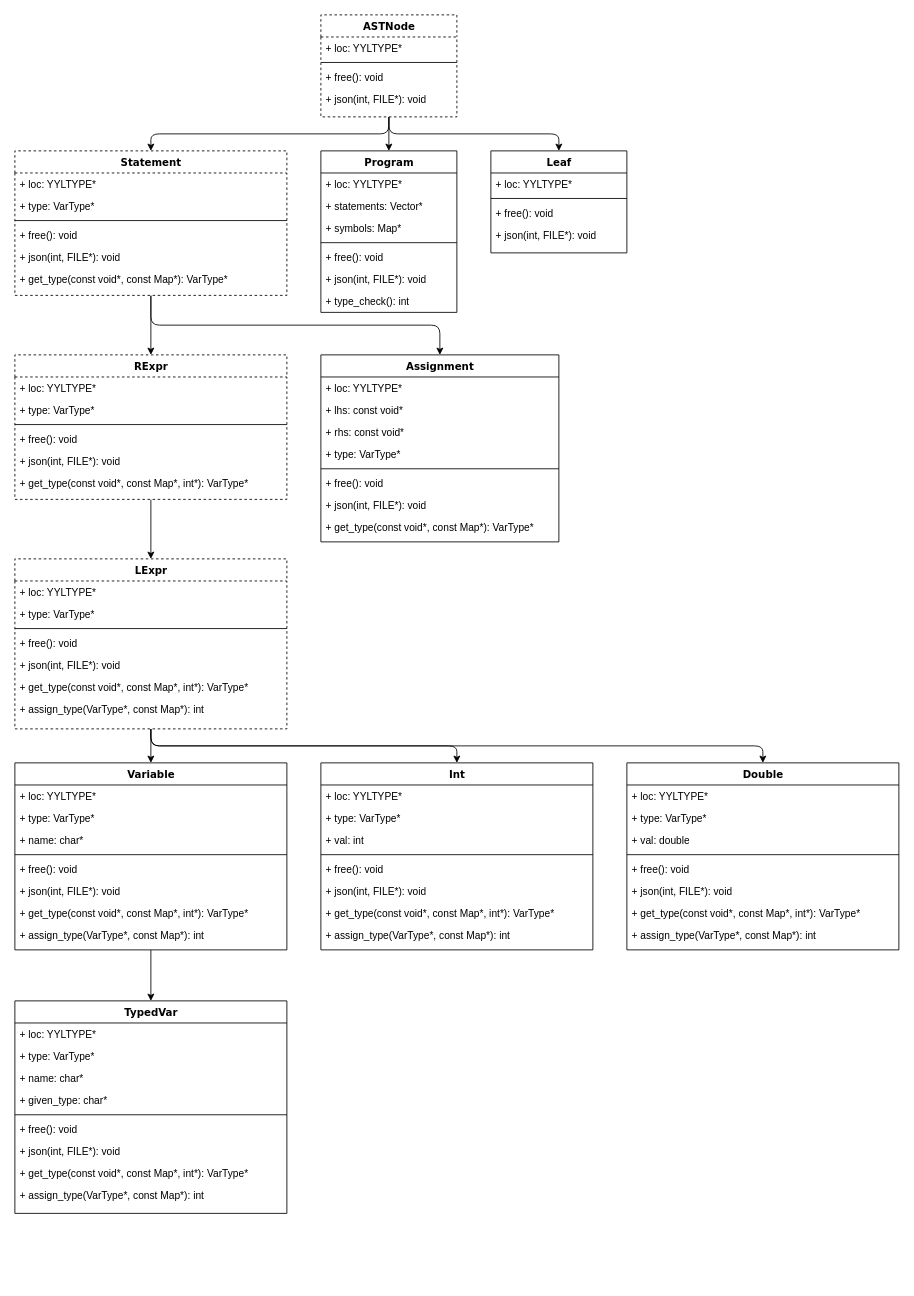
taylor-santos/Tlang keeps this draw.io diagram as doc/ASTHierarchy.drawio. Above is the earlier version. Source tidied: cells renumbered, new cells numbered last; positions are measured from the earlier drawing's top-left corner, leaving out a move shared by most shapes. Both pictures are drawn from the tidied source at 85%, with x=0, y=0 at pixel (14, 14).
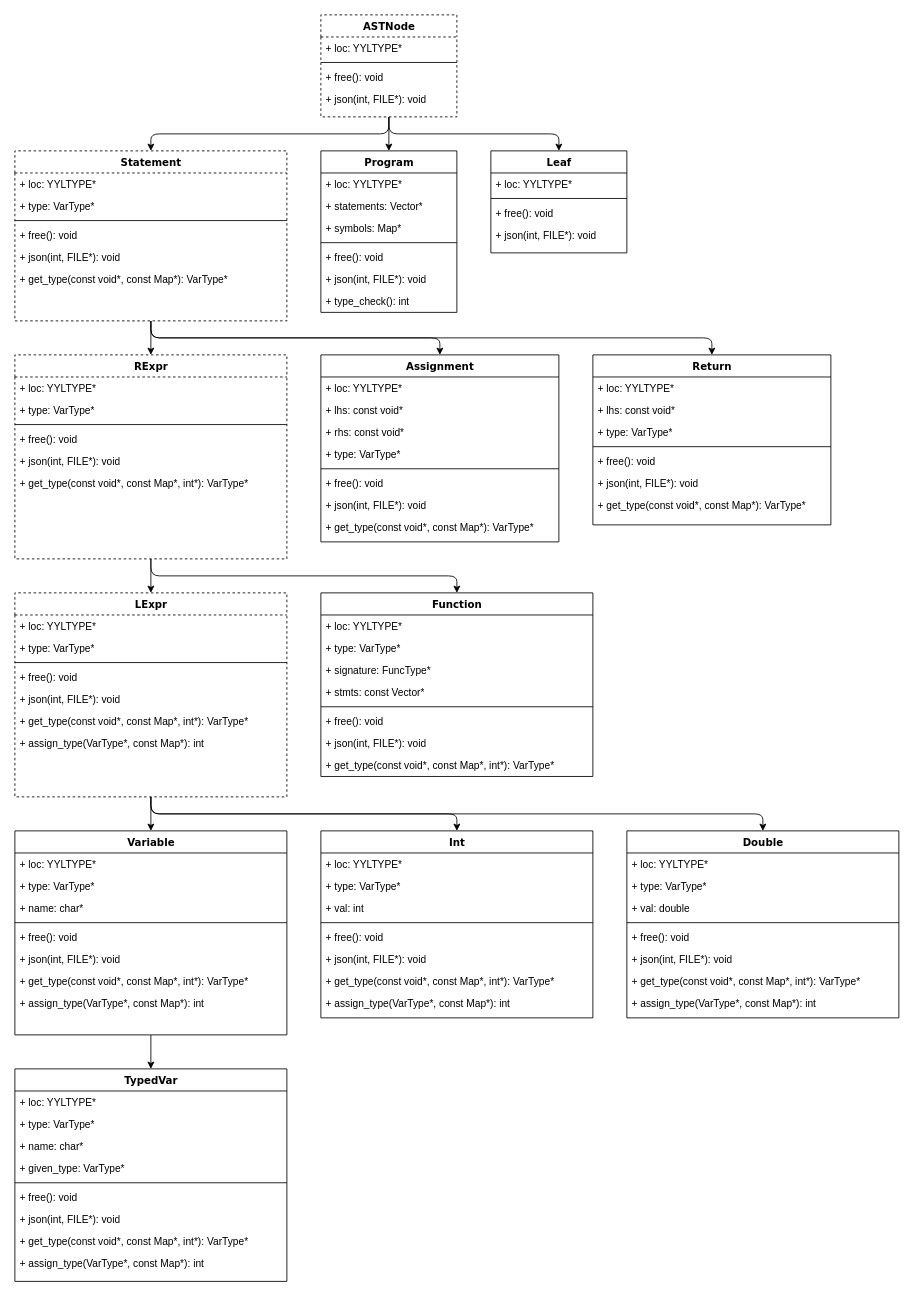
The same diagram, later.

What changed in the source:
```diff
@@
+    <mxCell id="98" style="edgeStyle=orthogonalEdgeStyle;rounded=1;jettySize=auto;html=1;exitX=0.5;exitY=1;exitDx=0;exitDy=0;entryX=0.5;entryY=0;entryDx=0;entryDy=0;" parent="1" edge="1" source="12" target="100">
+      <mxGeometry relative="1" as="geometry" />
+    </mxCell>
     <mxCell id="12" value="Statement" style="swimlane;html=1;fontStyle=1;align=center;verticalAlign=top;horizontal=1;startSize=26;swimlaneFillColor=#ffffff;rounded=0;shadow=0;comic=0;labelBackgroundColor=none;strokeColor=#000000;strokeWidth=1;fillColor=none;fontFamily=Verdana;fontSize=12;fontColor=#000000;dashed=1;" parent="1" vertex="1">
-      <mxGeometry y="160" width="320" height="170" as="geometry" />
+      <mxGeometry y="160" width="320" height="200" as="geometry" />
     </mxCell>
@@
+    <mxCell id="99" style="edgeStyle=orthogonalEdgeStyle;rounded=1;jettySize=auto;html=1;exitX=0.5;exitY=1;exitDx=0;exitDy=0;entryX=0.5;entryY=0;entryDx=0;entryDy=0;" parent="1" edge="1" source="42" target="108">
+      <mxGeometry relative="1" as="geometry" />
+    </mxCell>
     <mxCell id="42" value="RExpr" style="swimlane;html=1;fontStyle=1;align=center;verticalAlign=top;horizontal=1;startSize=26;swimlaneFillColor=#ffffff;rounded=0;shadow=0;comic=0;labelBackgroundColor=none;strokeColor=#000000;strokeWidth=1;fillColor=none;fontFamily=Verdana;fontSize=12;fontColor=#000000;dashed=1;" parent="1" vertex="1">
-      <mxGeometry y="400" width="320" height="170" as="geometry" />
+      <mxGeometry y="400" width="320" height="240" as="geometry" />
     </mxCell>
@@
     <mxCell id="52" value="LExpr" style="swimlane;html=1;fontStyle=1;align=center;verticalAlign=top;horizontal=1;startSize=26;swimlaneFillColor=#ffffff;rounded=0;shadow=0;comic=0;labelBackgroundColor=none;strokeColor=#000000;strokeWidth=1;fillColor=none;fontFamily=Verdana;fontSize=12;fontColor=#000000;dashed=1;" parent="1" vertex="1">
-      <mxGeometry y="640" width="320" height="200" as="geometry" />
+      <mxGeometry y="680" width="320" height="240" as="geometry" />
     </mxCell>
@@
     <mxCell id="61" value="Variable" style="swimlane;html=1;fontStyle=1;align=center;verticalAlign=top;horizontal=1;startSize=26;swimlaneFillColor=#ffffff;rounded=0;shadow=0;comic=0;labelBackgroundColor=none;strokeColor=#000000;strokeWidth=1;fillColor=none;fontFamily=Verdana;fontSize=12;fontColor=#000000;" parent="1" vertex="1">
-      <mxGeometry y="880" width="320" height="220" as="geometry" />
+      <mxGeometry y="960" width="320" height="240" as="geometry" />
     </mxCell>
@@
     <mxCell id="70" value="TypedVar&lt;br&gt;" style="swimlane;html=1;fontStyle=1;align=center;verticalAlign=top;horizontal=1;startSize=26;swimlaneFillColor=#ffffff;rounded=0;shadow=0;comic=0;labelBackgroundColor=none;strokeColor=#000000;strokeWidth=1;fillColor=none;fontFamily=Verdana;fontSize=12;fontColor=#000000;" parent="1" vertex="1">
-      <mxGeometry y="1160" width="320" height="250" as="geometry" />
+      <mxGeometry y="1240" width="320" height="250" as="geometry" />
     </mxCell>
@@
-    <mxCell id="74" value="+ given_type: char*&lt;br&gt;" style="text;html=1;strokeColor=none;fillColor=none;align=left;verticalAlign=top;spacingLeft=4;spacingRight=4;whiteSpace=wrap;overflow=hidden;" parent="70" vertex="1">
+    <mxCell id="74" value="+ given_type: VarType*&lt;br&gt;" style="text;html=1;strokeColor=none;fillColor=none;align=left;verticalAlign=top;spacingLeft=4;spacingRight=4;whiteSpace=wrap;overflow=hidden;" parent="70" vertex="1">
       <mxGeometry y="104" width="320" height="26" as="geometry" />
     </mxCell>
@@
     <mxCell id="80" value="Int" style="swimlane;html=1;fontStyle=1;align=center;verticalAlign=top;horizontal=1;startSize=26;swimlaneFillColor=#ffffff;rounded=0;shadow=0;comic=0;labelBackgroundColor=none;strokeColor=#000000;strokeWidth=1;fillColor=none;fontFamily=Verdana;fontSize=12;fontColor=#000000;" parent="1" vertex="1">
-      <mxGeometry x="360" y="880" width="320" height="220" as="geometry" />
+      <mxGeometry x="360" y="960" width="320" height="220" as="geometry" />
     </mxCell>
@@
     <mxCell id="89" value="Double&lt;br&gt;" style="swimlane;html=1;fontStyle=1;align=center;verticalAlign=top;horizontal=1;startSize=26;swimlaneFillColor=#ffffff;rounded=0;shadow=0;comic=0;labelBackgroundColor=none;strokeColor=#000000;strokeWidth=1;fillColor=none;fontFamily=Verdana;fontSize=12;fontColor=#000000;" parent="1" vertex="1">
-      <mxGeometry x="720" y="880" width="320" height="220" as="geometry" />
+      <mxGeometry x="720" y="960" width="320" height="220" as="geometry" />
     </mxCell>
@@
+    <mxCell id="100" value="Return" style="swimlane;html=1;fontStyle=1;align=center;verticalAlign=top;horizontal=1;startSize=26;swimlaneFillColor=#ffffff;rounded=0;shadow=0;comic=0;labelBackgroundColor=none;strokeColor=#000000;strokeWidth=1;fillColor=none;fontFamily=Verdana;fontSize=12;fontColor=#000000;" parent="1" vertex="1">
+      <mxGeometry x="680" y="400" width="280" height="200" as="geometry" />
+    </mxCell>
+    <mxCell id="101" value="+ loc: YYLTYPE*" style="text;html=1;strokeColor=none;fillColor=none;align=left;verticalAlign=top;spacingLeft=4;spacingRight=4;whiteSpace=wrap;overflow=hidden;" parent="100" vertex="1">
+      <mxGeometry y="26" width="280" height="26" as="geometry" />
+    </mxCell>
+    <mxCell id="102" value="+ lhs: const void*&lt;br&gt;" style="text;html=1;strokeColor=none;fillColor=none;align=left;verticalAlign=top;spacingLeft=4;spacingRight=4;whiteSpace=wrap;overflow=hidden;" parent="100" vertex="1">
+      <mxGeometry y="52" width="280" height="26" as="geometry" />
+    </mxCell>
+    <mxCell id="103" value="+ type: VarType*&lt;br&gt;" style="text;html=1;strokeColor=none;fillColor=none;align=left;verticalAlign=top;spacingLeft=4;spacingRight=4;whiteSpace=wrap;overflow=hidden;" parent="100" vertex="1">
+      <mxGeometry y="78" width="280" height="26" as="geometry" />
+    </mxCell>
+    <mxCell id="104" style="line;html=1;strokeWidth=1;fillColor=none;align=left;verticalAlign=middle;spacingTop=-1;spacingLeft=3;spacingRight=3;labelPosition=right;" parent="100" vertex="1">
+      <mxGeometry y="104" width="280" height="8" as="geometry" />
+    </mxCell>
+    <mxCell id="105" value="+ free(): void" style="text;html=1;strokeColor=none;fillColor=none;align=left;verticalAlign=top;spacingLeft=4;spacingRight=4;whiteSpace=wrap;overflow=hidden;" parent="100" vertex="1">
+      <mxGeometry y="112" width="280" height="26" as="geometry" />
+    </mxCell>
+    <mxCell id="106" value="+ json(int, FILE*): void&lt;br&gt;&lt;br&gt;" style="text;html=1;strokeColor=none;fillColor=none;align=left;verticalAlign=top;spacingLeft=4;spacingRight=4;whiteSpace=wrap;overflow=hidden;" parent="100" vertex="1">
+      <mxGeometry y="138" width="280" height="26" as="geometry" />
+    </mxCell>
+    <mxCell id="107" value="+ get_type(const void*, const Map*): VarType*&lt;br&gt;" style="text;html=1;strokeColor=none;fillColor=none;align=left;verticalAlign=top;spacingLeft=4;spacingRight=4;whiteSpace=wrap;overflow=hidden;" parent="100" vertex="1">
+      <mxGeometry y="164" width="280" height="26" as="geometry" />
+    </mxCell>
+    <mxCell id="108" value="Function&lt;br&gt;" style="swimlane;html=1;fontStyle=1;align=center;verticalAlign=top;horizontal=1;startSize=26;swimlaneFillColor=#ffffff;rounded=0;shadow=0;comic=0;labelBackgroundColor=none;strokeColor=#000000;strokeWidth=1;fillColor=none;fontFamily=Verdana;fontSize=12;fontColor=#000000;" parent="1" vertex="1">
+      <mxGeometry x="360" y="680" width="320" height="216" as="geometry" />
+    </mxCell>
+    <mxCell id="109" value="+ loc: YYLTYPE*" style="text;html=1;strokeColor=none;fillColor=none;align=left;verticalAlign=top;spacingLeft=4;spacingRight=4;whiteSpace=wrap;overflow=hidden;" parent="108" vertex="1">
+      <mxGeometry y="26" width="320" height="26" as="geometry" />
+    </mxCell>
+    <mxCell id="110" value="+ type: VarType*&lt;br&gt;" style="text;html=1;strokeColor=none;fillColor=none;align=left;verticalAlign=top;spacingLeft=4;spacingRight=4;whiteSpace=wrap;overflow=hidden;" parent="108" vertex="1">
+      <mxGeometry y="52" width="320" height="26" as="geometry" />
+    </mxCell>
+    <mxCell id="111" value="+ signature: FuncType*&lt;br&gt;" style="text;html=1;strokeColor=none;fillColor=none;align=left;verticalAlign=top;spacingLeft=4;spacingRight=4;whiteSpace=wrap;overflow=hidden;" parent="108" vertex="1">
+      <mxGeometry y="78" width="320" height="26" as="geometry" />
+    </mxCell>
+    <mxCell id="112" value="+ stmts: const Vector*&lt;br&gt;" style="text;html=1;strokeColor=none;fillColor=none;align=left;verticalAlign=top;spacingLeft=4;spacingRight=4;whiteSpace=wrap;overflow=hidden;" parent="108" vertex="1">
+      <mxGeometry y="104" width="320" height="26" as="geometry" />
+    </mxCell>
+    <mxCell id="113" style="line;html=1;strokeWidth=1;fillColor=none;align=left;verticalAlign=middle;spacingTop=-1;spacingLeft=3;spacingRight=3;labelPosition=right;" parent="108" vertex="1">
+      <mxGeometry y="130" width="320" height="8" as="geometry" />
+    </mxCell>
+    <mxCell id="114" value="+ free(): void" style="text;html=1;strokeColor=none;fillColor=none;align=left;verticalAlign=top;spacingLeft=4;spacingRight=4;whiteSpace=wrap;overflow=hidden;" parent="108" vertex="1">
+      <mxGeometry y="138" width="320" height="26" as="geometry" />
+    </mxCell>
+    <mxCell id="115" value="+ json(int, FILE*): void&lt;br&gt;&lt;br&gt;" style="text;html=1;strokeColor=none;fillColor=none;align=left;verticalAlign=top;spacingLeft=4;spacingRight=4;whiteSpace=wrap;overflow=hidden;" parent="108" vertex="1">
+      <mxGeometry y="164" width="320" height="26" as="geometry" />
+    </mxCell>
+    <mxCell id="116" value="+ get_type(const void*, const Map*, int*): VarType*&lt;br&gt;" style="text;html=1;strokeColor=none;fillColor=none;align=left;verticalAlign=top;spacingLeft=4;spacingRight=4;whiteSpace=wrap;overflow=hidden;" parent="108" vertex="1">
+      <mxGeometry y="190" width="320" height="26" as="geometry" />
+    </mxCell>
```
